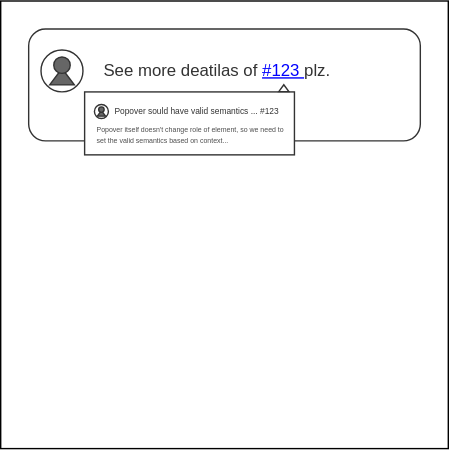
Earlier version of the draw.io export blog.jxck.io/drafts/tooltip-popover/tooltip-popover.drawio.svg (Jxck/jxck.io). Source tidied: cells renumbered, new cells last; positions are measured from the earlier drawing's top-left corner, leaving out a move shared by most shapes.
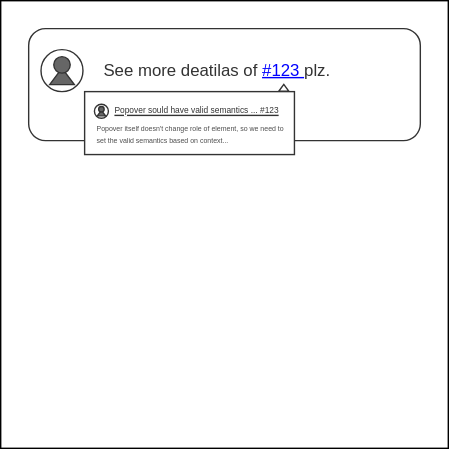
Above is the later version.

The edit, as a diff of the source:
```diff
@@ -38,7 +38,7 @@
     <mxCell id="13" style="ellipse;whiteSpace=wrap;html=1;strokeColor=#333333;strokeWidth=1;fontColor=#0000FF;fillColor=#666666;" parent="10" vertex="1">
       <mxGeometry x="3" y="1.7" width="3.9" height="3.9" as="geometry" />
     </mxCell>
-    <mxCell id="14" value="&lt;p style=&quot;line-height: 100%;&quot;&gt;&lt;font style=&quot;font-size: 6px;&quot; color=&quot;#333333&quot;&gt;Popover sould have valid semantics ... #123&lt;/font&gt;&lt;/p&gt;" style="text;html=1;strokeColor=none;fillColor=none;align=center;verticalAlign=middle;whiteSpace=wrap;rounded=0;strokeWidth=1;fontColor=#0000FF;" parent="1" vertex="1">
+    <mxCell id="14" value="&lt;p style=&quot;line-height: 100%;&quot;&gt;&lt;font style=&quot;font-size: 6px;&quot; color=&quot;#333333&quot;&gt;&lt;u&gt;Popover sould have valid semantics ... #123&lt;/u&gt;&lt;/font&gt;&lt;/p&gt;" style="text;html=1;strokeColor=none;fillColor=none;align=center;verticalAlign=middle;whiteSpace=wrap;rounded=0;strokeWidth=1;fontColor=#0000FF;" parent="1" vertex="1">
       <mxGeometry x="74" y="70" width="133" height="14" as="geometry" />
     </mxCell>
     <mxCell id="15" value="&lt;font color=&quot;#4d4d4d&quot; style=&quot;font-size: 5px;&quot;&gt;Popover itself doesn't change role of element, so we need to set the valid semantics based on context...&lt;/font&gt;" style="text;html=1;strokeColor=none;fillColor=none;align=left;verticalAlign=middle;whiteSpace=wrap;rounded=0;strokeWidth=1;fontSize=6;fontColor=#0000FF;" parent="1" vertex="1">
```
